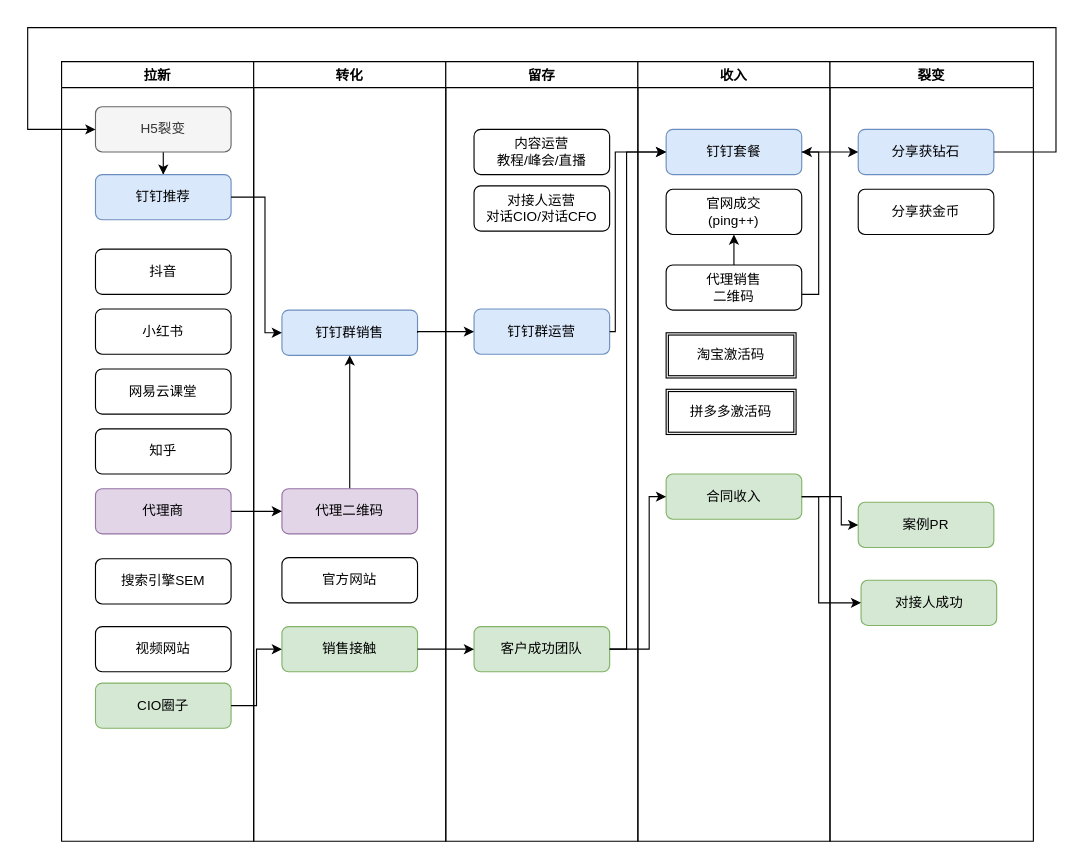
Above: mettings/20191104增长.drawio in Javen-Woo/Business (draw.io), before the change. Source tidied: cells renumbered, new cells numbered last; positions are measured from the earlier drawing's top-left corner, leaving out a move shared by most shapes. Both pictures are drawn from the tidied source at 113%, with x=0, y=0 at pixel (27, 27).
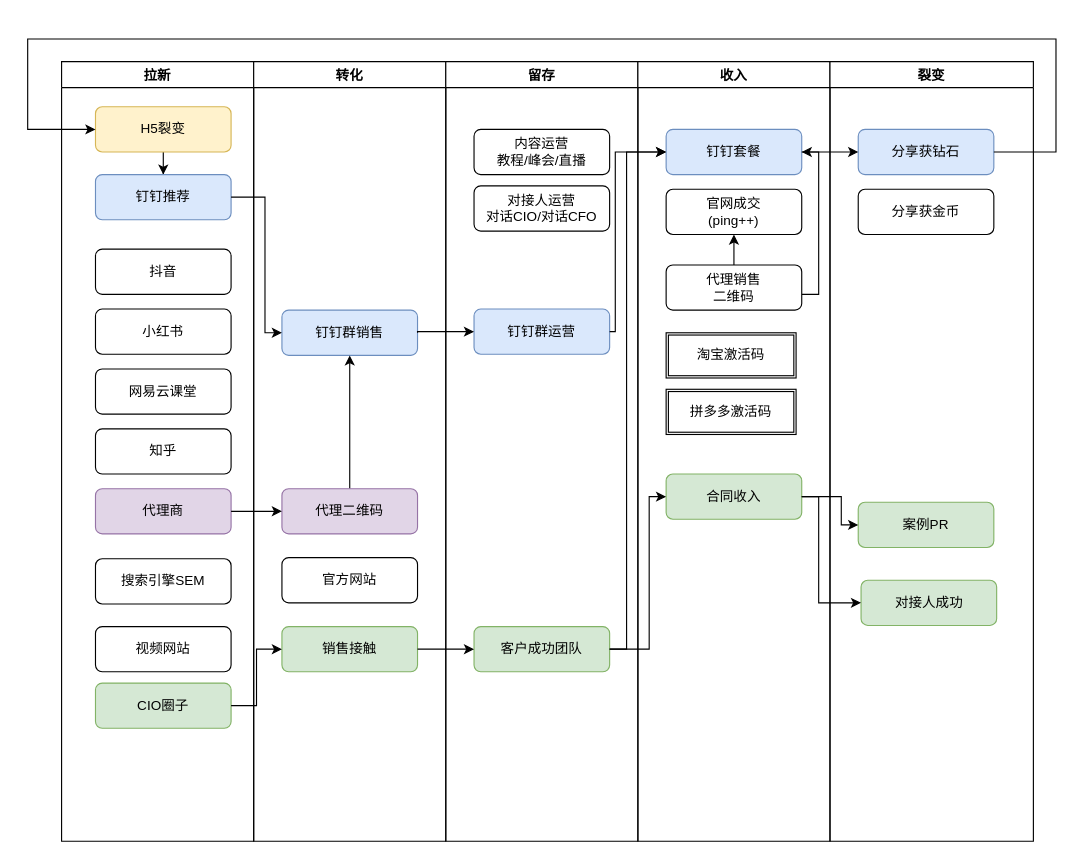
The same diagram, later.

The change refers to these unchanged cells:
```xml
<mxCell id="2" value="拉新" style="swimlane;" parent="1" vertex="1">
  <mxGeometry x="30" y="30" width="170" height="690" as="geometry" />
</mxCell>
<mxCell id="34" value="分享获钻石" style="rounded=1;whiteSpace=wrap;html=1;fillColor=#dae8fc;strokeColor=#6c8ebf;" parent="33" vertex="1">
  <mxGeometry x="25" y="60" width="120" height="40" as="geometry" />
</mxCell>
```

The edit, as a diff of the source:
```diff
@@
-    <mxCell id="4" value="H5裂变" style="rounded=1;whiteSpace=wrap;html=1;fillColor=#f5f5f5;strokeColor=#666666;fontColor=#333333;" parent="2" vertex="1">
+    <mxCell id="4" value="H5裂变" style="rounded=1;whiteSpace=wrap;html=1;fillColor=#fff2cc;strokeColor=#d6b656;" parent="2" vertex="1">
       <mxGeometry x="30" y="40" width="120" height="40" as="geometry" />
     </mxCell>
@@
     <mxCell id="44" style="edgeStyle=orthogonalEdgeStyle;rounded=0;jettySize=auto;html=1;entryX=0;entryY=0.5;entryDx=0;entryDy=0;exitX=1;exitY=0.5;exitDx=0;exitDy=0;" parent="1" edge="1" source="34" target="4">
       <mxGeometry relative="1" as="geometry">
         <Array as="points">
           <mxPoint x="910" y="110" />
-          <mxPoint x="910" />
-          <mxPoint />
+          <mxPoint x="910" y="10" />
+          <mxPoint y="10" />
           <mxPoint y="90" />
         </Array>
       </mxGeometry>
     </mxCell>
```
